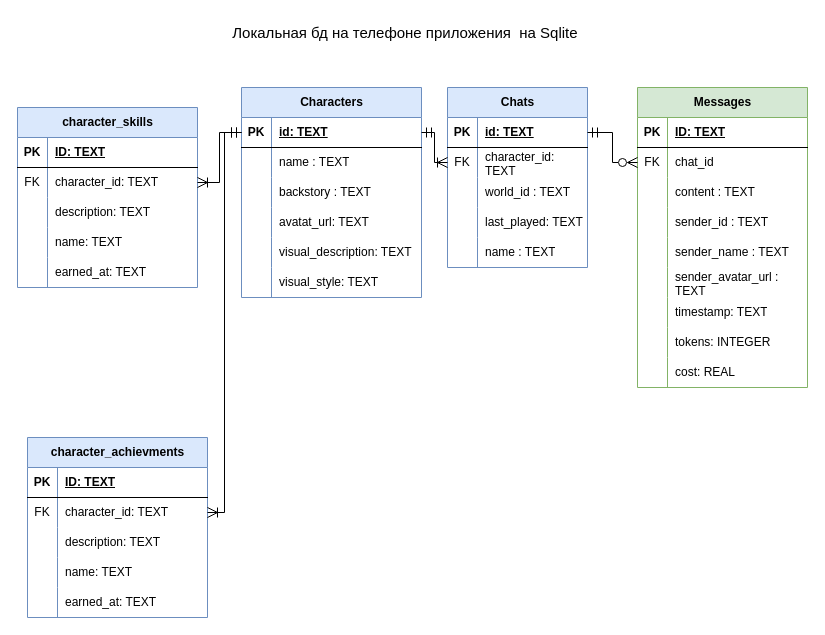
Above: docs/Локальная бд на телефоне RPG_CHAT.drawio in Aleksandrpch/RPG_chat (draw.io), before the change. Source tidied: cells renumbered, new cells numbered last; positions are measured from the earlier drawing's top-left corner, leaving out a move shared by most shapes. Both pictures are drawn from the tidied source at 100%, with x=0, y=0 at pixel (17, 17).
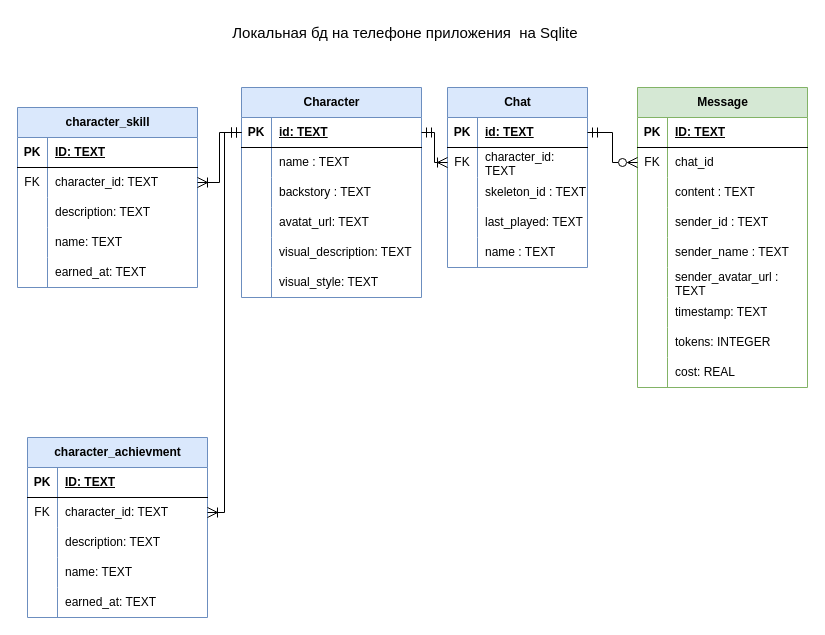
After the change.

Commit message (it also covers changes not shown here):
При создании перса локальная бд заполняется

Unchanged cells that the change refers to:
```xml
<mxCell id="44" style="shape=tableRow;horizontal=0;startSize=0;swimlaneHead=0;swimlaneBody=0;fillColor=none;top=0;left=0;right=0;bottom=0;" parent="37" vertex="1">
  <mxGeometry y="90" width="140" height="30" as="geometry" />
</mxCell>
```

The edit, as a diff of the source:
```diff
@@
-    <mxCell id="2" value="Characters" style="shape=table;startSize=30;childLayout=tableLayout;rowLines=0;fontStyle=1;align=center;html=1;fillColor=#dae8fc;strokeColor=#6c8ebf;" parent="1" vertex="1">
+    <mxCell id="2" value="Character" style="shape=table;startSize=30;childLayout=tableLayout;rowLines=0;fontStyle=1;align=center;html=1;fillColor=#dae8fc;strokeColor=#6c8ebf;" parent="1" vertex="1">
       <mxGeometry x="224" y="70" width="180" height="210" as="geometry" />
     </mxCell>
@@
-    <mxCell id="21" value="character_achievments" style="shape=table;startSize=30;childLayout=tableLayout;rowLines=0;fontStyle=1;align=center;html=1;fillColor=#dae8fc;strokeColor=#6c8ebf;" parent="1" vertex="1">
+    <mxCell id="21" value="character_achievment" style="shape=table;startSize=30;childLayout=tableLayout;rowLines=0;fontStyle=1;align=center;html=1;fillColor=#dae8fc;strokeColor=#6c8ebf;" parent="1" vertex="1">
       <mxGeometry x="10" y="420" width="180" height="180" as="geometry" />
     </mxCell>
@@
-    <mxCell id="37" value="Chats" style="shape=table;startSize=30;childLayout=tableLayout;rowLines=0;fontStyle=1;align=center;html=1;fillColor=#dae8fc;strokeColor=#6c8ebf;" parent="1" vertex="1">
+    <mxCell id="37" value="Chat" style="shape=table;startSize=30;childLayout=tableLayout;rowLines=0;fontStyle=1;align=center;html=1;fillColor=#dae8fc;strokeColor=#6c8ebf;" parent="1" vertex="1">
       <mxGeometry x="430" y="70" width="140" height="180" as="geometry" />
     </mxCell>
@@
-    <mxCell id="46" value="world_id : TEXT" style="shape=partialRectangle;fillColor=none;top=0;left=0;bottom=0;right=0;align=left;spacingLeft=6;overflow=hidden;whiteSpace=wrap;html=1;" parent="44" vertex="1">
+    <mxCell id="46" value="skeleton_id : TEXT" style="shape=partialRectangle;fillColor=none;top=0;left=0;bottom=0;right=0;align=left;spacingLeft=6;overflow=hidden;whiteSpace=wrap;html=1;" parent="44" vertex="1">
       <mxGeometry x="30" width="110" height="30" as="geometry" />
     </mxCell>
@@
-    <mxCell id="53" value="character_skills" style="shape=table;startSize=30;childLayout=tableLayout;rowLines=0;fontStyle=1;align=center;html=1;fillColor=#dae8fc;strokeColor=#6c8ebf;" parent="1" vertex="1">
+    <mxCell id="53" value="character_skill" style="shape=table;startSize=30;childLayout=tableLayout;rowLines=0;fontStyle=1;align=center;html=1;fillColor=#dae8fc;strokeColor=#6c8ebf;" parent="1" vertex="1">
       <mxGeometry y="90" width="180" height="180" as="geometry" />
     </mxCell>
@@
-    <mxCell id="69" value="Messages" style="shape=table;startSize=30;childLayout=tableLayout;rowLines=0;fontStyle=1;align=center;html=1;fillColor=#d5e8d4;strokeColor=#82b366;" parent="1" vertex="1">
+    <mxCell id="69" value="Message" style="shape=table;startSize=30;childLayout=tableLayout;rowLines=0;fontStyle=1;align=center;html=1;fillColor=#d5e8d4;strokeColor=#82b366;" parent="1" vertex="1">
       <mxGeometry x="620" y="70" width="170" height="300" as="geometry" />
     </mxCell>
```
